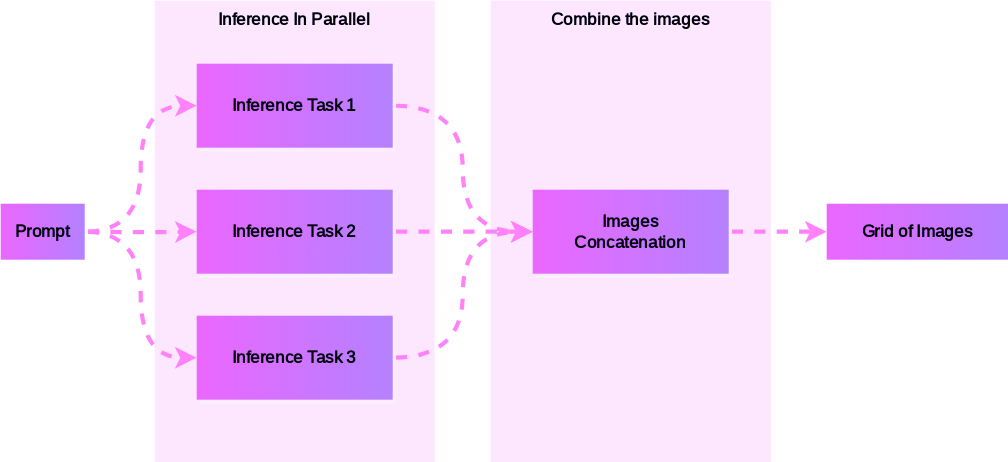
Above: src/lib/assets/media/stablediffusion.drawio.svg in deepsquare-io/website (draw.io), before the change. Source tidied: cells renumbered, new cells last; positions are measured from the earlier drawing's top-left corner, leaving out a move shared by most shapes. Source of this version:
```xml
<mxGraphModel>
  <root>
    <mxCell id="0" />
    <mxCell id="1" parent="0" />
    <mxCell id="2" value="Prompt" style="rounded=0;whiteSpace=wrap;html=1;fontFamily=Montserrat;fontSource=https%3A%2F%2Ffonts.googleapis.com%2Fcss%3Ffamily%3DMontserrat;fontColor=#FFFFFF;strokeColor=none;fillColor=#C945FF;gradientColor=#824FFF;gradientDirection=east;fontStyle=1;" parent="1" vertex="1">
      <mxGeometry y="145" width="60" height="40" as="geometry" />
    </mxCell>
    <mxCell id="3" value="Grid of Images" style="rounded=0;whiteSpace=wrap;html=1;fontFamily=Montserrat;fontSource=https%3A%2F%2Ffonts.googleapis.com%2Fcss%3Ffamily%3DMontserrat;fontColor=#FFFFFF;strokeColor=none;fillColor=#C945FF;gradientColor=#824FFF;gradientDirection=east;fontStyle=1;" parent="1" vertex="1">
      <mxGeometry x="590" y="145" width="130" height="40" as="geometry" />
    </mxCell>
    <mxCell id="4" value="Inference In Parallel" style="rounded=0;whiteSpace=wrap;html=1;fontFamily=Montserrat;fontSource=https%3A%2F%2Ffonts.googleapis.com%2Fcss%3Ffamily%3DMontserrat;verticalAlign=top;fillColor=#1B0647;fontColor=#FFFFFF;fontStyle=1;strokeColor=none;" parent="1" vertex="1">
      <mxGeometry x="110" width="200" height="330" as="geometry" />
    </mxCell>
    <mxCell id="5" value="&lt;font face=&quot;Montserrat&quot;&gt;Inference Task 1&lt;/font&gt;" style="shape=process;whiteSpace=wrap;html=1;backgroundOutline=1;gradientColor=#c945ff;gradientDirection=west;strokeColor=none;fillColor=#824fff;fontColor=#FCFCFC;fontStyle=1;shadow=1;" parent="1" vertex="1">
      <mxGeometry x="140" y="45" width="140" height="60" as="geometry" />
    </mxCell>
    <mxCell id="6" value="&lt;font face=&quot;Montserrat&quot;&gt;Inference Task 2&lt;/font&gt;" style="shape=process;whiteSpace=wrap;html=1;backgroundOutline=1;gradientColor=#c945ff;gradientDirection=west;strokeColor=none;fillColor=#824fff;fontColor=#FCFCFC;fontStyle=1;shadow=1;" parent="1" vertex="1">
      <mxGeometry x="140" y="135" width="140" height="60" as="geometry" />
    </mxCell>
    <mxCell id="7" value="&lt;font face=&quot;Montserrat&quot;&gt;Inference Task 3&lt;br&gt;&lt;/font&gt;" style="shape=process;whiteSpace=wrap;html=1;backgroundOutline=1;gradientColor=#c945ff;gradientDirection=west;strokeColor=none;fillColor=#824fff;fontColor=#FCFCFC;fontStyle=1;shadow=1;" parent="1" vertex="1">
      <mxGeometry x="140" y="225" width="140" height="60" as="geometry" />
    </mxCell>
    <mxCell id="8" style="group;fontFamily=Montserrat;fillColor=#1B0647;fontColor=#FFFFFF;rounded=0;fontSource=https%3A%2F%2Ffonts.googleapis.com%2Fcss%3Ffamily%3DMontserrat;fontStyle=1;" parent="1" vertex="1">
      <mxGeometry x="350" width="200" height="330" as="geometry" />
    </mxCell>
    <mxCell id="9" value="Combine the images" style="rounded=0;whiteSpace=wrap;html=1;fontFamily=Montserrat;fontSource=https%3A%2F%2Ffonts.googleapis.com%2Fcss%3Ffamily%3DMontserrat;verticalAlign=top;fillColor=#1B0647;fontColor=#FFFFFF;fontStyle=1;strokeColor=none;" parent="1" vertex="1">
      <mxGeometry x="350" width="200" height="330" as="geometry" />
    </mxCell>
    <mxCell id="10" value="&lt;font face=&quot;Montserrat&quot;&gt;Images Concatenation&lt;/font&gt;" style="shape=process;whiteSpace=wrap;html=1;backgroundOutline=1;strokeColor=none;fillColor=#824fff;fontColor=#FCFCFC;gradientColor=#c945ff;gradientDirection=west;fontStyle=1;shadow=1;" parent="1" vertex="1">
      <mxGeometry x="380" y="135" width="140" height="60" as="geometry" />
    </mxCell>
    <mxCell id="11" style="edgeStyle=orthogonalEdgeStyle;rounded=0;jettySize=auto;html=1;entryX=0;entryY=0.5;entryDx=0;entryDy=0;curved=1;strokeWidth=3;flowAnimation=1;strokeColor=#bb32a9;" parent="1" edge="1" target="6">
      <mxGeometry relative="1" as="geometry">
        <mxPoint x="60" y="165" as="sourcePoint" />
      </mxGeometry>
    </mxCell>
    <mxCell id="12" style="edgeStyle=orthogonalEdgeStyle;rounded=0;jettySize=auto;html=1;exitX=1;exitY=0.5;exitDx=0;exitDy=0;entryX=0;entryY=0.5;entryDx=0;entryDy=0;curved=1;strokeWidth=3;flowAnimation=1;strokeColor=#bb32a9;" parent="1" edge="1" source="2" target="5">
      <mxGeometry relative="1" as="geometry" />
    </mxCell>
    <mxCell id="13" style="edgeStyle=orthogonalEdgeStyle;rounded=0;jettySize=auto;html=1;entryX=0;entryY=0.5;entryDx=0;entryDy=0;curved=1;exitX=1;exitY=0.5;exitDx=0;exitDy=0;strokeWidth=3;flowAnimation=1;strokeColor=#bb32a9;" parent="1" edge="1" source="2" target="7">
      <mxGeometry relative="1" as="geometry" />
    </mxCell>
    <mxCell id="14" style="edgeStyle=orthogonalEdgeStyle;rounded=0;jettySize=auto;html=1;entryX=0;entryY=0.5;entryDx=0;entryDy=0;curved=1;exitX=1;exitY=0.5;exitDx=0;exitDy=0;strokeWidth=3;flowAnimation=1;strokeColor=#bb32a9;" parent="1" edge="1" source="7" target="10">
      <mxGeometry relative="1" as="geometry" />
    </mxCell>
    <mxCell id="15" style="edgeStyle=orthogonalEdgeStyle;rounded=0;jettySize=auto;html=1;entryX=0;entryY=0.5;entryDx=0;entryDy=0;curved=1;exitX=1;exitY=0.5;exitDx=0;exitDy=0;strokeWidth=3;flowAnimation=1;strokeColor=#bb32a9;" parent="1" edge="1" source="5" target="10">
      <mxGeometry relative="1" as="geometry" />
    </mxCell>
    <mxCell id="16" style="edgeStyle=orthogonalEdgeStyle;rounded=0;jettySize=auto;html=1;curved=1;exitX=1;exitY=0.5;exitDx=0;exitDy=0;strokeWidth=3;flowAnimation=1;strokeColor=#bb32a9;" parent="1" edge="1" source="6">
      <mxGeometry relative="1" as="geometry">
        <mxPoint x="380" y="165" as="targetPoint" />
      </mxGeometry>
    </mxCell>
    <mxCell id="17" style="edgeStyle=entityRelationEdgeStyle;rounded=0;jettySize=auto;html=1;entryX=0;entryY=0.5;entryDx=0;entryDy=0;strokeWidth=3;flowAnimation=1;strokeColor=#bb32a9;" parent="1" edge="1" source="10" target="3">
      <mxGeometry relative="1" as="geometry" />
    </mxCell>
  </root>
</mxGraphModel>
```
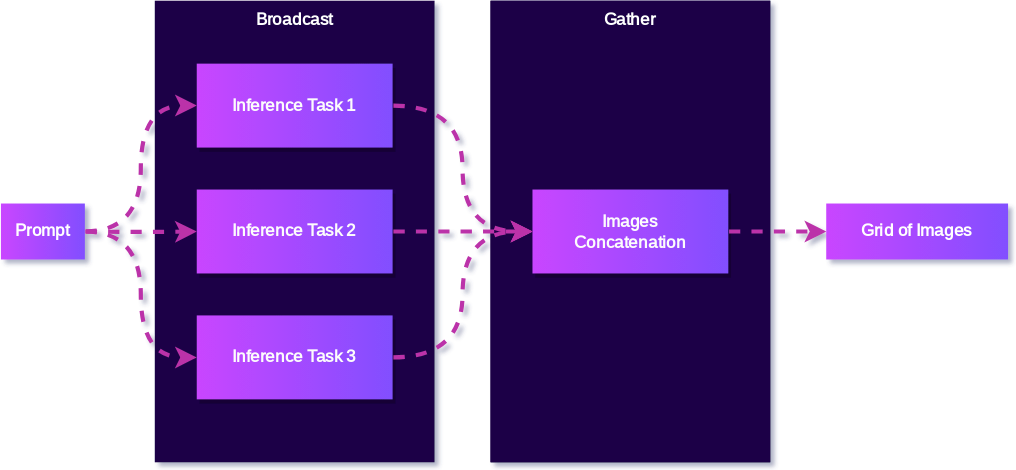
Later version of the same file.

Diff of the diagram source:
```diff
@@ -8,7 +8,7 @@
     <mxCell id="3" value="Grid of Images" style="rounded=0;whiteSpace=wrap;html=1;fontFamily=Montserrat;fontSource=https%3A%2F%2Ffonts.googleapis.com%2Fcss%3Ffamily%3DMontserrat;fontColor=#FFFFFF;strokeColor=none;fillColor=#C945FF;gradientColor=#824FFF;gradientDirection=east;fontStyle=1;" parent="1" vertex="1">
       <mxGeometry x="590" y="145" width="130" height="40" as="geometry" />
     </mxCell>
-    <mxCell id="4" value="Inference In Parallel" style="rounded=0;whiteSpace=wrap;html=1;fontFamily=Montserrat;fontSource=https%3A%2F%2Ffonts.googleapis.com%2Fcss%3Ffamily%3DMontserrat;verticalAlign=top;fillColor=#1B0647;fontColor=#FFFFFF;fontStyle=1;strokeColor=none;" parent="1" vertex="1">
+    <mxCell id="4" value="Broadcast" style="rounded=0;whiteSpace=wrap;html=1;fontFamily=Montserrat;fontSource=https%3A%2F%2Ffonts.googleapis.com%2Fcss%3Ffamily%3DMontserrat;verticalAlign=top;fillColor=#1B0647;fontColor=#FFFFFF;fontStyle=1;strokeColor=none;" parent="1" vertex="1">
       <mxGeometry x="110" width="200" height="330" as="geometry" />
     </mxCell>
     <mxCell id="5" value="&lt;font face=&quot;Montserrat&quot;&gt;Inference Task 1&lt;/font&gt;" style="shape=process;whiteSpace=wrap;html=1;backgroundOutline=1;gradientColor=#c945ff;gradientDirection=west;strokeColor=none;fillColor=#824fff;fontColor=#FCFCFC;fontStyle=1;shadow=1;" parent="1" vertex="1">
@@ -23,7 +23,7 @@
     <mxCell id="8" style="group;fontFamily=Montserrat;fillColor=#1B0647;fontColor=#FFFFFF;rounded=0;fontSource=https%3A%2F%2Ffonts.googleapis.com%2Fcss%3Ffamily%3DMontserrat;fontStyle=1;" parent="1" vertex="1">
       <mxGeometry x="350" width="200" height="330" as="geometry" />
     </mxCell>
-    <mxCell id="9" value="Combine the images" style="rounded=0;whiteSpace=wrap;html=1;fontFamily=Montserrat;fontSource=https%3A%2F%2Ffonts.googleapis.com%2Fcss%3Ffamily%3DMontserrat;verticalAlign=top;fillColor=#1B0647;fontColor=#FFFFFF;fontStyle=1;strokeColor=none;" parent="1" vertex="1">
+    <mxCell id="9" value="Gather" style="rounded=0;whiteSpace=wrap;html=1;fontFamily=Montserrat;fontSource=https%3A%2F%2Ffonts.googleapis.com%2Fcss%3Ffamily%3DMontserrat;verticalAlign=top;fillColor=#1B0647;fontColor=#FFFFFF;fontStyle=1;strokeColor=none;" parent="1" vertex="1">
       <mxGeometry x="350" width="200" height="330" as="geometry" />
     </mxCell>
     <mxCell id="10" value="&lt;font face=&quot;Montserrat&quot;&gt;Images Concatenation&lt;/font&gt;" style="shape=process;whiteSpace=wrap;html=1;backgroundOutline=1;strokeColor=none;fillColor=#824fff;fontColor=#FCFCFC;gradientColor=#c945ff;gradientDirection=west;fontStyle=1;shadow=1;" parent="1" vertex="1">
```
